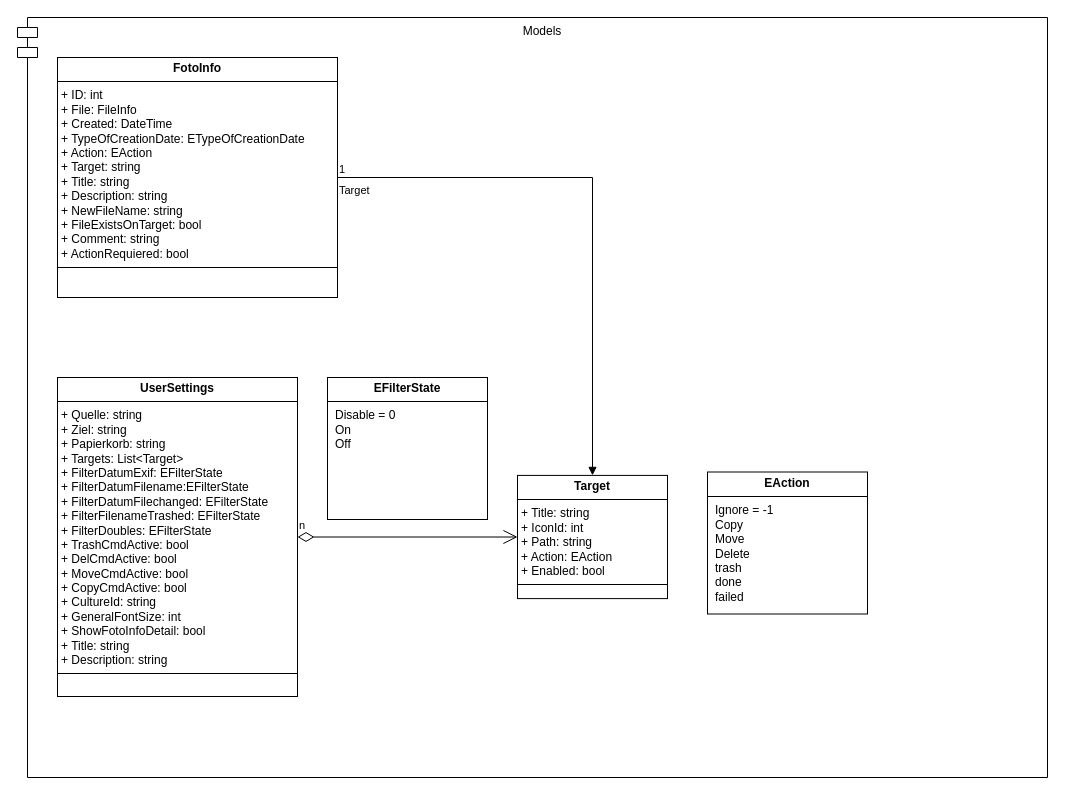
Above: page "Models" (1 of 6) of DevDoc/osFotoFix-UML.drawio in OliverSausA/osFotoFix (draw.io), before the change. Source tidied: cells renumbered, new cells numbered last; positions are measured from the earlier drawing's top-left corner, leaving out a move shared by most shapes. Both pictures are drawn from the tidied source at 100%, with x=0, y=0 at pixel (17, 17).
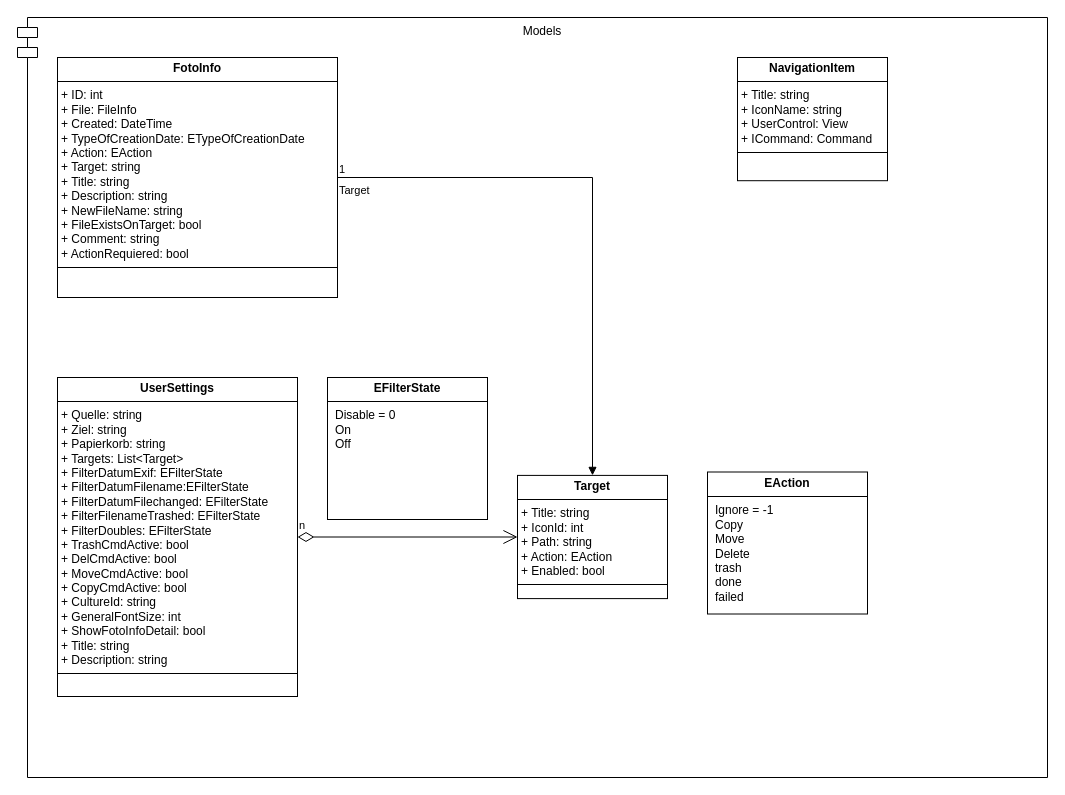
The same diagram, later.

What changed in the source:
```diff
@@
 <mxGraphModel>
   <root>
     <mxCell id="0" />
     <mxCell id="1" parent="0" />
     <mxCell id="2" value="Models" style="shape=module;align=left;spacingLeft=20;align=center;verticalAlign=top;whiteSpace=wrap;html=1;" parent="1" vertex="1">
       <mxGeometry width="1030" height="760" as="geometry" />
     </mxCell>
     <mxCell id="3" value="&lt;p style=&quot;margin:0px;margin-top:4px;text-align:center;&quot;&gt;&lt;b&gt;FotoInfo&lt;/b&gt;&lt;/p&gt;&lt;hr size=&quot;1&quot; style=&quot;border-style:solid;&quot;&gt;&lt;p style=&quot;margin: 0px 0px 0px 4px;&quot;&gt;+ ID: int&lt;/p&gt;&lt;p style=&quot;margin:0px;margin-left:4px;&quot;&gt;+ File: FileInfo&lt;/p&gt;&lt;p style=&quot;margin:0px;margin-left:4px;&quot;&gt;+ Created: DateTime&lt;/p&gt;&lt;p style=&quot;margin:0px;margin-left:4px;&quot;&gt;+ TypeOfCreationDate: ETypeOfCreationDate&lt;/p&gt;&lt;p style=&quot;margin:0px;margin-left:4px;&quot;&gt;&lt;span style=&quot;background-color: initial;&quot;&gt;+ Action: EAction&lt;/span&gt;&lt;br&gt;&lt;/p&gt;&lt;p style=&quot;margin:0px;margin-left:4px;&quot;&gt;+ Target: string&lt;/p&gt;&lt;p style=&quot;margin:0px;margin-left:4px;&quot;&gt;+ Title: string&lt;/p&gt;&lt;p style=&quot;margin:0px;margin-left:4px;&quot;&gt;+ Description: string&lt;/p&gt;&lt;p style=&quot;margin:0px;margin-left:4px;&quot;&gt;+ NewFileName: string&lt;/p&gt;&lt;p style=&quot;margin:0px;margin-left:4px;&quot;&gt;+ FileExistsOnTarget: bool&lt;/p&gt;&lt;p style=&quot;margin:0px;margin-left:4px;&quot;&gt;+ Comment: string&lt;/p&gt;&lt;p style=&quot;margin:0px;margin-left:4px;&quot;&gt;+ ActionRequiered: bool&lt;/p&gt;&lt;hr size=&quot;1&quot; style=&quot;border-style:solid;&quot;&gt;&lt;p style=&quot;margin:0px;margin-left:4px;&quot;&gt;&lt;br&gt;&lt;/p&gt;" style="verticalAlign=top;align=left;overflow=fill;html=1;whiteSpace=wrap;" parent="1" vertex="1">
       <mxGeometry x="40" y="40" width="280" height="240" as="geometry" />
     </mxCell>
     <mxCell id="4" value="&lt;p style=&quot;margin: 4px 0px 0px; text-align: center;&quot;&gt;&lt;b style=&quot;&quot;&gt;EAction&lt;/b&gt;&lt;/p&gt;&lt;hr size=&quot;1&quot; style=&quot;border-style:solid;&quot;&gt;&lt;p style=&quot;margin:0px;margin-left:8px;&quot;&gt;Ignore = -1&lt;/p&gt;&lt;p style=&quot;margin:0px;margin-left:8px;&quot;&gt;Copy&lt;br&gt;&lt;/p&gt;&lt;p style=&quot;margin:0px;margin-left:8px;&quot;&gt;Move&lt;/p&gt;&lt;p style=&quot;margin:0px;margin-left:8px;&quot;&gt;Delete&lt;/p&gt;&lt;p style=&quot;margin:0px;margin-left:8px;&quot;&gt;trash&lt;/p&gt;&lt;p style=&quot;margin:0px;margin-left:8px;&quot;&gt;done&lt;/p&gt;&lt;p style=&quot;margin:0px;margin-left:8px;&quot;&gt;failed&lt;/p&gt;" style="verticalAlign=top;align=left;overflow=fill;html=1;whiteSpace=wrap;" parent="1" vertex="1">
       <mxGeometry x="690" y="454.5" width="160" height="142" as="geometry" />
     </mxCell>
     <mxCell id="5" value="&lt;p style=&quot;margin:0px;margin-top:4px;text-align:center;&quot;&gt;&lt;b&gt;Target&lt;/b&gt;&lt;/p&gt;&lt;hr size=&quot;1&quot; style=&quot;border-style:solid;&quot;&gt;&lt;p style=&quot;margin:0px;margin-left:4px;&quot;&gt;&lt;span style=&quot;background-color: initial;&quot;&gt;+ Title: string&lt;/span&gt;&lt;br&gt;&lt;/p&gt;&lt;p style=&quot;margin:0px;margin-left:4px;&quot;&gt;&lt;span style=&quot;background-color: initial;&quot;&gt;+ IconId: int&lt;/span&gt;&lt;br&gt;&lt;/p&gt;&lt;p style=&quot;margin:0px;margin-left:4px;&quot;&gt;+ Path: string&lt;/p&gt;&lt;p style=&quot;margin:0px;margin-left:4px;&quot;&gt;+ Action: EAction&lt;/p&gt;&lt;p style=&quot;margin:0px;margin-left:4px;&quot;&gt;+ Enabled: bool&lt;/p&gt;&lt;hr size=&quot;1&quot; style=&quot;border-style:solid;&quot;&gt;&lt;p style=&quot;margin:0px;margin-left:4px;&quot;&gt;&lt;br&gt;&lt;/p&gt;" style="verticalAlign=top;align=left;overflow=fill;html=1;whiteSpace=wrap;" parent="1" vertex="1">
       <mxGeometry x="500" y="457.9" width="150" height="123.2" as="geometry" />
     </mxCell>
     <mxCell id="6" value="&lt;p style=&quot;margin:0px;margin-top:4px;text-align:center;&quot;&gt;&lt;b&gt;UserSettings&lt;/b&gt;&lt;/p&gt;&lt;hr size=&quot;1&quot; style=&quot;border-style:solid;&quot;&gt;&lt;p style=&quot;margin:0px;margin-left:4px;&quot;&gt;+ Quelle: string&lt;/p&gt;&lt;p style=&quot;margin:0px;margin-left:4px;&quot;&gt;+ Ziel: string&lt;br&gt;&lt;/p&gt;&lt;p style=&quot;margin:0px;margin-left:4px;&quot;&gt;+ Papierkorb: string&lt;/p&gt;&lt;p style=&quot;margin:0px;margin-left:4px;&quot;&gt;+ Targets: List&amp;lt;Target&amp;gt;&lt;/p&gt;&lt;p style=&quot;margin:0px;margin-left:4px;&quot;&gt;+ FilterDatumExif: EFilterState&lt;/p&gt;&lt;p style=&quot;margin:0px;margin-left:4px;&quot;&gt;+ FilterDatumFilename:EFilterState&lt;/p&gt;&lt;p style=&quot;margin:0px;margin-left:4px;&quot;&gt;+ FilterDatumFilechanged: EFilterState&lt;/p&gt;&lt;p style=&quot;margin:0px;margin-left:4px;&quot;&gt;+ FilterFilenameTrashed: EFilterState&lt;/p&gt;&lt;p style=&quot;margin:0px;margin-left:4px;&quot;&gt;+ FilterDoubles: EFilterState&lt;/p&gt;&lt;p style=&quot;margin:0px;margin-left:4px;&quot;&gt;+ TrashCmdActive: bool&lt;/p&gt;&lt;p style=&quot;margin:0px;margin-left:4px;&quot;&gt;+ Del&lt;span style=&quot;background-color: initial;&quot;&gt;CmdActive: bool&lt;/span&gt;&lt;/p&gt;&lt;p style=&quot;margin:0px;margin-left:4px;&quot;&gt;&lt;span style=&quot;background-color: initial;&quot;&gt;+ Move&lt;/span&gt;&lt;span style=&quot;background-color: initial;&quot;&gt;CmdActive: bool&lt;/span&gt;&lt;/p&gt;&lt;p style=&quot;margin:0px;margin-left:4px;&quot;&gt;&lt;span style=&quot;background-color: initial;&quot;&gt;+ Copy&lt;/span&gt;&lt;span style=&quot;background-color: initial;&quot;&gt;CmdActive: bool&lt;/span&gt;&lt;/p&gt;&lt;p style=&quot;margin:0px;margin-left:4px;&quot;&gt;&lt;span style=&quot;background-color: initial;&quot;&gt;+ CultureId: string&lt;/span&gt;&lt;/p&gt;&lt;p style=&quot;margin:0px;margin-left:4px;&quot;&gt;&lt;span style=&quot;background-color: initial;&quot;&gt;+ GeneralFontSize: int&lt;/span&gt;&lt;/p&gt;&lt;p style=&quot;margin:0px;margin-left:4px;&quot;&gt;&lt;span style=&quot;background-color: initial;&quot;&gt;+ ShowFotoInfoDetail: bool&lt;/span&gt;&lt;/p&gt;&lt;p style=&quot;margin:0px;margin-left:4px;&quot;&gt;&lt;span style=&quot;background-color: initial;&quot;&gt;+ Title: string&lt;/span&gt;&lt;/p&gt;&lt;p style=&quot;margin:0px;margin-left:4px;&quot;&gt;&lt;span style=&quot;background-color: initial;&quot;&gt;+ Description: string&lt;/span&gt;&lt;/p&gt;&lt;hr size=&quot;1&quot; style=&quot;border-style:solid;&quot;&gt;&lt;p style=&quot;margin:0px;margin-left:4px;&quot;&gt;&lt;br&gt;&lt;/p&gt;" style="verticalAlign=top;align=left;overflow=fill;html=1;whiteSpace=wrap;" parent="1" vertex="1">
       <mxGeometry x="40" y="360" width="240" height="319" as="geometry" />
     </mxCell>
     <mxCell id="7" value="&lt;p style=&quot;margin: 4px 0px 0px; text-align: center;&quot;&gt;&lt;b style=&quot;&quot;&gt;EFilterState&lt;/b&gt;&lt;/p&gt;&lt;hr size=&quot;1&quot; style=&quot;border-style:solid;&quot;&gt;&lt;p style=&quot;margin:0px;margin-left:8px;&quot;&gt;Disable = 0&lt;/p&gt;&lt;p style=&quot;margin:0px;margin-left:8px;&quot;&gt;On&lt;/p&gt;&lt;p style=&quot;margin:0px;margin-left:8px;&quot;&gt;Off&lt;/p&gt;" style="verticalAlign=top;align=left;overflow=fill;html=1;whiteSpace=wrap;" parent="1" vertex="1">
       <mxGeometry x="310" y="360" width="160" height="142" as="geometry" />
     </mxCell>
     <mxCell id="8" value="Target" style="endArrow=block;endFill=1;html=1;edgeStyle=orthogonalEdgeStyle;align=left;verticalAlign=top;rounded=0;" parent="1" edge="1" source="3" target="5">
       <mxGeometry x="-1" relative="1" as="geometry" />
     </mxCell>
     <mxCell id="9" value="1" style="edgeLabel;html=1;align=left;verticalAlign=bottom;" parent="8" vertex="1">
       <mxGeometry x="-1" relative="1" as="geometry" />
     </mxCell>
     <mxCell id="10" value="n" style="endArrow=open;html=1;endSize=12;startArrow=diamondThin;startSize=14;startFill=0;edgeStyle=orthogonalEdgeStyle;align=left;verticalAlign=bottom;rounded=0;" parent="1" edge="1" source="6" target="5">
       <mxGeometry x="-1" y="3" relative="1" as="geometry" />
     </mxCell>
+    <mxCell id="11" value="&lt;p style=&quot;margin:0px;margin-top:4px;text-align:center;&quot;&gt;&lt;b&gt;NavigationItem&lt;/b&gt;&lt;/p&gt;&lt;hr size=&quot;1&quot; style=&quot;border-style:solid;&quot;&gt;&lt;p style=&quot;margin:0px;margin-left:4px;&quot;&gt;&lt;span style=&quot;background-color: initial;&quot;&gt;+ Title: string&lt;/span&gt;&lt;br&gt;&lt;/p&gt;&lt;p style=&quot;margin:0px;margin-left:4px;&quot;&gt;&lt;span style=&quot;background-color: initial;&quot;&gt;+ IconName: string&lt;/span&gt;&lt;br&gt;&lt;/p&gt;&lt;p style=&quot;margin:0px;margin-left:4px;&quot;&gt;+ UserControl: View&lt;/p&gt;&lt;p style=&quot;margin:0px;margin-left:4px;&quot;&gt;+ ICommand: Command&lt;/p&gt;&lt;hr size=&quot;1&quot; style=&quot;border-style:solid;&quot;&gt;&lt;p style=&quot;margin:0px;margin-left:4px;&quot;&gt;&lt;br&gt;&lt;/p&gt;" style="verticalAlign=top;align=left;overflow=fill;html=1;whiteSpace=wrap;" parent="1" vertex="1">
+      <mxGeometry x="720" y="40" width="150" height="123.2" as="geometry" />
+    </mxCell>
   </root>
 </mxGraphModel>
```
